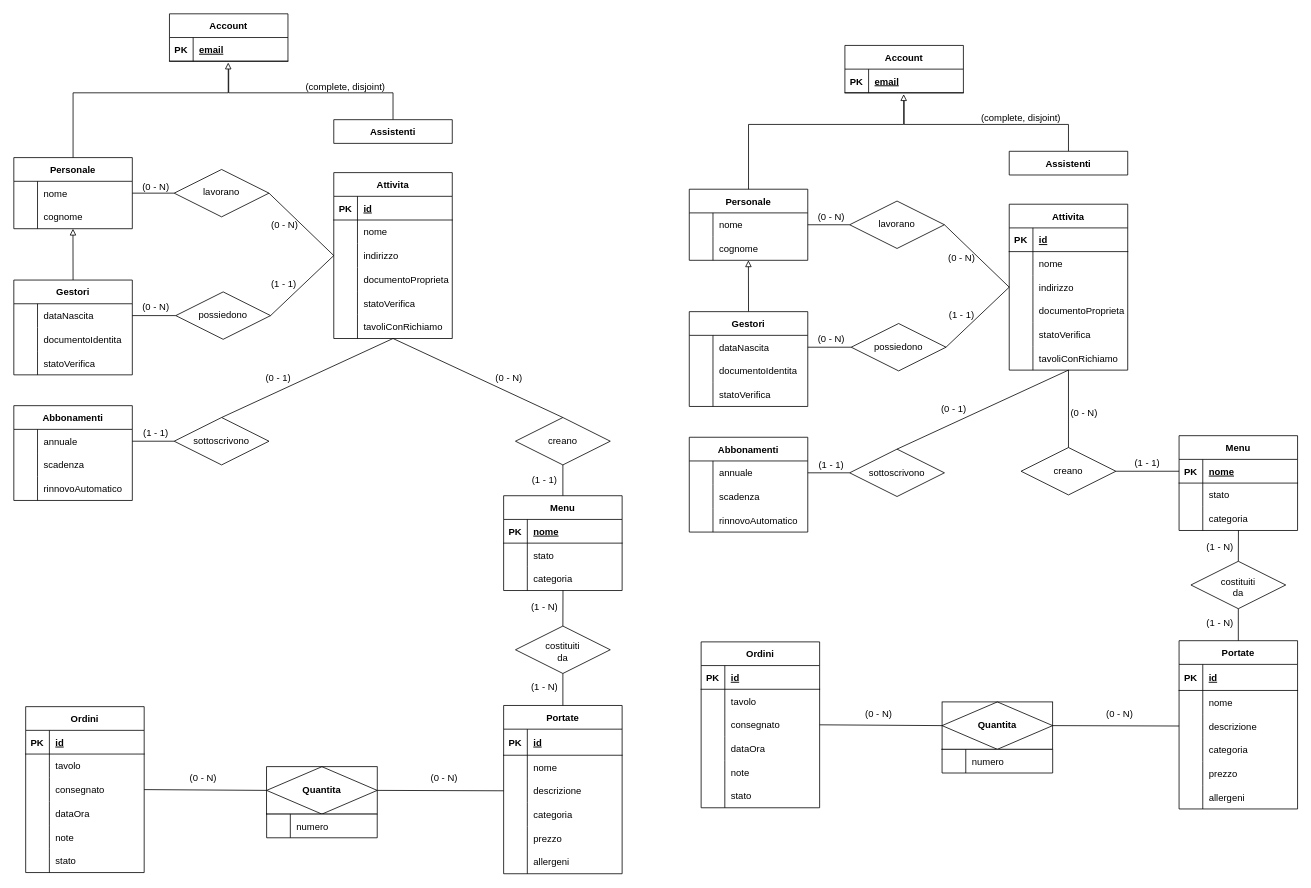
Above: progettazione/Persistenza.drawio in Marco-Burattoni/Progetto-ids (draw.io), before the change. Source tidied: cells renumbered, new cells numbered last; positions are measured from the earlier drawing's top-left corner, leaving out a move shared by most shapes. Both pictures are drawn from the tidied source at 79%, with x=0, y=0 at pixel (13, 13).
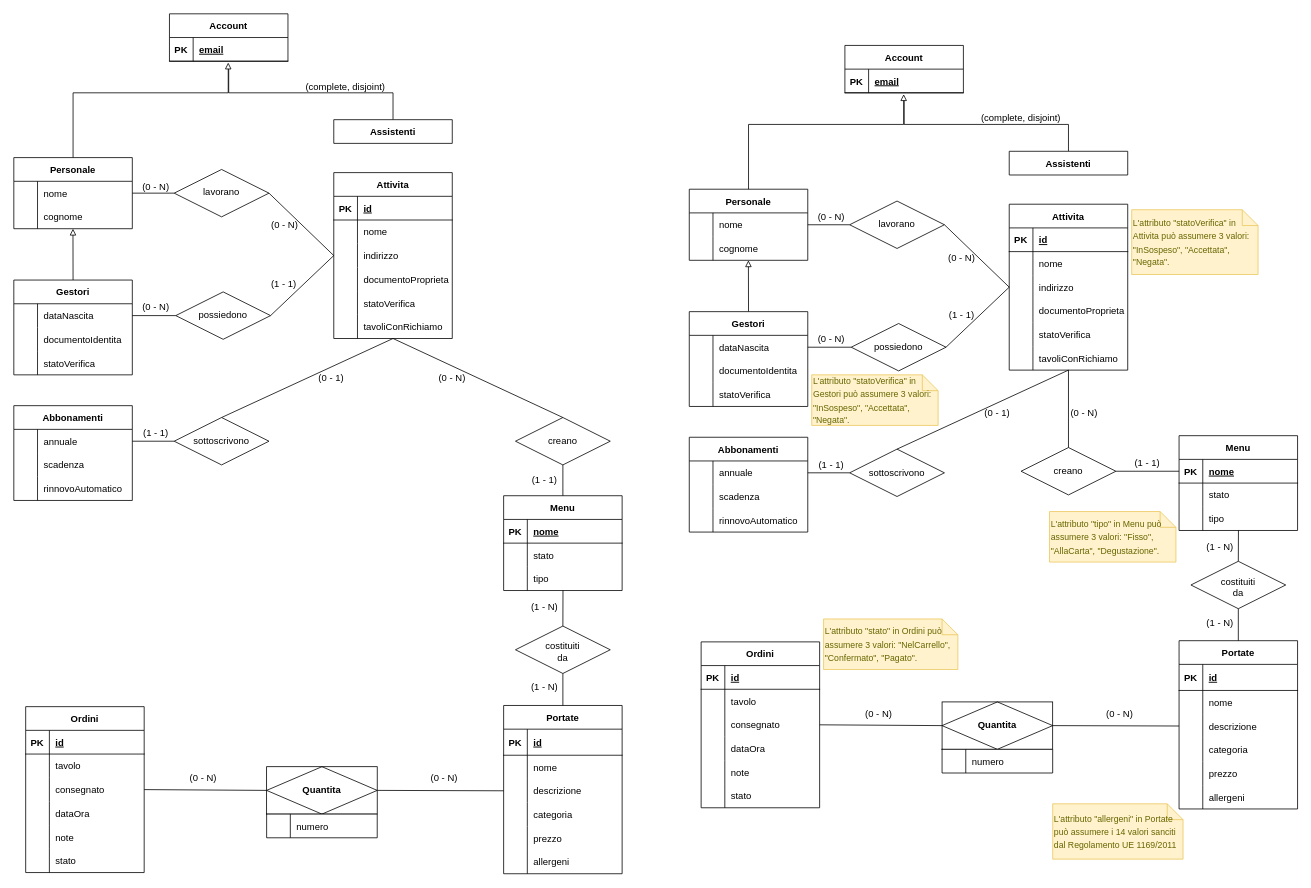
The same diagram, later.

Commit message (it also covers changes not shown here):
Aggiunta note nella Persistenza

Unchanged cells that the change refers to:
```xml
<mxCell id="57" style="shape=tableRow;horizontal=0;startSize=0;swimlaneHead=0;swimlaneBody=0;fillColor=none;points=[[0,0.5],[1,0.5]];portConstraint=eastwest;top=0;left=0;right=0;bottom=0;" parent="50" vertex="1">
  <mxGeometry y="90" width="150" height="30" as="geometry" />
</mxCell>
<mxCell id="202" style="shape=tableRow;horizontal=0;startSize=0;swimlaneHead=0;swimlaneBody=0;fillColor=none;points=[[0,0.5],[1,0.5]];portConstraint=eastwest;top=0;left=0;right=0;bottom=0;" parent="195" vertex="1">
  <mxGeometry y="90" width="150" height="30" as="geometry" />
</mxCell>
```

What changed in the source:
```diff
@@
-    <mxCell id="59" value="categoria" style="shape=partialRectangle;fillColor=none;top=0;left=0;bottom=0;right=0;align=left;spacingLeft=6;overflow=hidden;fontColor=#000000;" parent="57" vertex="1">
+    <mxCell id="59" value="tipo" style="shape=partialRectangle;fillColor=none;top=0;left=0;bottom=0;right=0;align=left;spacingLeft=6;overflow=hidden;fontColor=#000000;" parent="57" vertex="1">
       <mxGeometry x="30" width="120" height="30" as="geometry" />
     </mxCell>
@@
     <mxCell id="136" value="&lt;font color=&quot;#000000&quot;&gt;(0 - N)&lt;/font&gt;" style="text;html=1;strokeColor=none;fillColor=none;align=center;verticalAlign=middle;whiteSpace=wrap;rounded=0;fontColor=#FF3333;" parent="1" vertex="1">
-      <mxGeometry x="597" y="446" width="60" height="30" as="geometry" />
+      <mxGeometry x="525" y="446" width="60" height="30" as="geometry" />
     </mxCell>
     <mxCell id="137" value="&lt;font color=&quot;#000000&quot;&gt;(0 - 1)&lt;/font&gt;" style="text;html=1;strokeColor=none;fillColor=none;align=center;verticalAlign=middle;whiteSpace=wrap;rounded=0;fontColor=#FF3333;" parent="1" vertex="1">
-      <mxGeometry x="305" y="446" width="60" height="30" as="geometry" />
+      <mxGeometry x="372" y="446" width="60" height="30" as="geometry" />
     </mxCell>
@@
-    <mxCell id="204" value="categoria" style="shape=partialRectangle;fillColor=none;top=0;left=0;bottom=0;right=0;align=left;spacingLeft=6;overflow=hidden;fontColor=#000000;" parent="202" vertex="1">
+    <mxCell id="204" value="tipo" style="shape=partialRectangle;fillColor=none;top=0;left=0;bottom=0;right=0;align=left;spacingLeft=6;overflow=hidden;fontColor=#000000;" parent="202" vertex="1">
       <mxGeometry x="30" width="120" height="30" as="geometry" />
     </mxCell>
@@
     <mxCell id="282" value="&lt;font color=&quot;#000000&quot;&gt;(0 - 1)&lt;/font&gt;" style="text;html=1;strokeColor=none;fillColor=none;align=center;verticalAlign=middle;whiteSpace=wrap;rounded=0;fontColor=#FF3333;" parent="1" vertex="1">
-      <mxGeometry x="1160" y="486" width="60" height="30" as="geometry" />
+      <mxGeometry x="1215" y="490" width="60" height="30" as="geometry" />
     </mxCell>
@@
+    <mxCell id="298" value="&lt;font style=&quot;font-size: 11px; line-height: 1.2;&quot;&gt;L'attributo &quot;statoVerifica&quot; in Gestori può assumere 3 valori: &quot;InSospeso&quot;, &quot;Accettata&quot;, &quot;Negata&quot;.&lt;/font&gt;" style="shape=note;strokeWidth=1;fontSize=14;size=20;whiteSpace=wrap;html=1;fillColor=#fff2cc;strokeColor=#EBC85E;fontColor=#666600;align=left;" parent="1" vertex="1">
+      <mxGeometry x="1010" y="457" width="160" height="64" as="geometry" />
+    </mxCell>
+    <mxCell id="299" value="&lt;font style=&quot;font-size: 11px; line-height: 1.2;&quot;&gt;L'attributo &quot;tipo&quot; in Menu può assumere 3 valori: &quot;Fisso&quot;, &quot;AllaCarta&quot;, &quot;Degustazione&quot;.&lt;/font&gt;" style="shape=note;strokeWidth=1;fontSize=14;size=20;whiteSpace=wrap;html=1;fillColor=#fff2cc;strokeColor=#EBC85E;fontColor=#666600;align=left;" parent="1" vertex="1">
+      <mxGeometry x="1311" y="630" width="160" height="64" as="geometry" />
+    </mxCell>
+    <mxCell id="300" value="&lt;font style=&quot;font-size: 11px; line-height: 1.2;&quot;&gt;L'attributo &quot;statoVerifica&quot; in Attivita può assumere 3 valori: &quot;InSospeso&quot;, &quot;Accettata&quot;, &quot;Negata&quot;.&lt;/font&gt;" style="shape=note;strokeWidth=1;fontSize=14;size=20;whiteSpace=wrap;html=1;fillColor=#fff2cc;strokeColor=#EBC85E;fontColor=#666600;align=left;" parent="1" vertex="1">
+      <mxGeometry x="1415" y="248" width="160" height="82" as="geometry" />
+    </mxCell>
+    <mxCell id="301" value="&lt;font style=&quot;font-size: 11px; line-height: 1.2;&quot;&gt;L'attributo &quot;stato&quot; in Ordini può assumere 3 valori: &quot;NelCarrello&quot;, &quot;Confermato&quot;, &quot;Pagato&quot;.&lt;/font&gt;" style="shape=note;strokeWidth=1;fontSize=14;size=20;whiteSpace=wrap;html=1;fillColor=#fff2cc;strokeColor=#EBC85E;fontColor=#666600;align=left;" parent="1" vertex="1">
+      <mxGeometry x="1025" y="766" width="170" height="64" as="geometry" />
+    </mxCell>
+    <mxCell id="302" value="&lt;font style=&quot;font-size: 11px; line-height: 1.2;&quot;&gt;L'attributo &quot;allergeni&quot; in Portate può assumere i 14 valori sanciti dal Regolamento UE 1169/2011&lt;/font&gt;" style="shape=note;strokeWidth=1;fontSize=14;size=20;whiteSpace=wrap;html=1;fillColor=#fff2cc;strokeColor=#EBC85E;fontColor=#666600;align=left;" parent="1" vertex="1">
+      <mxGeometry x="1315" y="1000" width="165" height="70" as="geometry" />
+    </mxCell>
```
